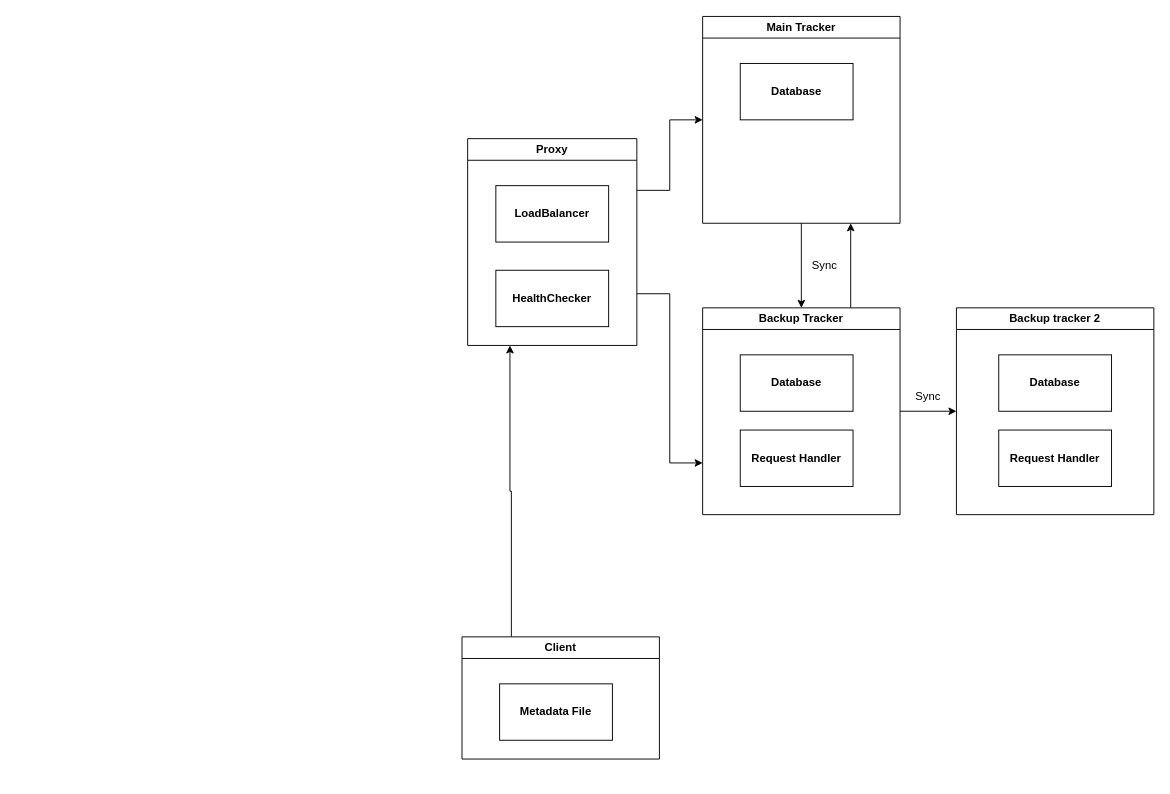
This is drawings/ComNet.drawio from NhanHoThanh/draw.io, a draw.io file, before an edit. Source tidied: cells renumbered, new cells numbered last; positions are measured from the earlier drawing's top-left corner, leaving out a move shared by most shapes. Both pictures are drawn from the tidied source at 94%, with x=0, y=0 at pixel (462, 16).
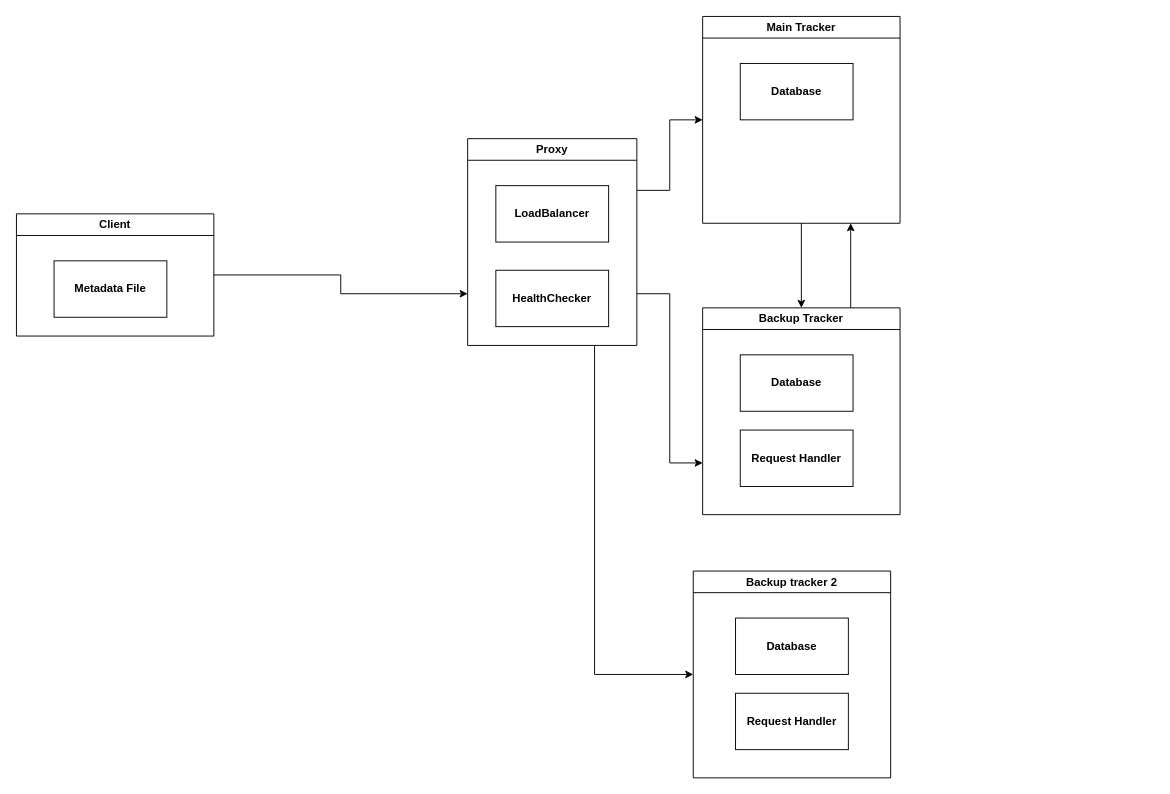
The same diagram, later.

Unchanged cells that the change refers to:
```xml
<mxCell id="7" value="Proxy" style="swimlane;whiteSpace=wrap;html=1;startSize=23;" parent="1" vertex="1">
  <mxGeometry x="6" y="130" width="180" height="220" as="geometry" />
</mxCell>
<mxCell id="12" value="Backup Tracker" style="swimlane;whiteSpace=wrap;html=1;startSize=23;" parent="1" vertex="1">
  <mxGeometry x="256" y="310" width="210" height="220" as="geometry" />
</mxCell>
```

Diff of the diagram source:
```diff
@@
+    <mxCell id="23" style="edgeStyle=orthogonalEdgeStyle;rounded=0;jettySize=auto;html=1;exitX=0.75;exitY=1;exitDx=0;exitDy=0;entryX=0;entryY=0.5;entryDx=0;entryDy=0;" parent="1" edge="1" source="7" target="15">
+      <mxGeometry relative="1" as="geometry" />
+    </mxCell>
@@
-    <mxCell id="11" style="edgeStyle=orthogonalEdgeStyle;rounded=0;jettySize=auto;html=1;exitX=1;exitY=0.5;exitDx=0;exitDy=0;entryX=0;entryY=0.5;entryDx=0;entryDy=0;" parent="1" edge="1" source="12" target="15">
-      <mxGeometry relative="1" as="geometry" />
-    </mxCell>
@@
     <mxCell id="15" value="Backup tracker 2" style="swimlane;whiteSpace=wrap;html=1;startSize=23;" parent="1" vertex="1">
-      <mxGeometry x="526" y="310" width="210" height="220" as="geometry" />
+      <mxGeometry x="246" y="590" width="210" height="220" as="geometry" />
     </mxCell>
@@
-    <mxCell id="18" value="Sync" style="text;html=1;align=center;verticalAlign=middle;whiteSpace=wrap;rounded=0;" parent="1" vertex="1">
-      <mxGeometry x="356" y="250" width="60" height="30" as="geometry" />
-    </mxCell>
-    <mxCell id="19" value="Sync" style="text;html=1;align=center;verticalAlign=middle;whiteSpace=wrap;rounded=0;" parent="1" vertex="1">
-      <mxGeometry x="466" y="390" width="60" height="30" as="geometry" />
-    </mxCell>
-    <mxCell id="20" style="edgeStyle=orthogonalEdgeStyle;rounded=0;jettySize=auto;html=1;exitX=0.25;exitY=0;exitDx=0;exitDy=0;entryX=0.25;entryY=1;entryDx=0;entryDy=0;" parent="1" edge="1" source="21" target="7">
+    <mxCell id="20" style="edgeStyle=orthogonalEdgeStyle;rounded=0;jettySize=auto;html=1;exitX=1;exitY=0.5;exitDx=0;exitDy=0;entryX=0;entryY=0.75;entryDx=0;entryDy=0;" parent="1" edge="1" source="21" target="7">
       <mxGeometry relative="1" as="geometry" />
     </mxCell>
     <mxCell id="21" value="Client" style="swimlane;whiteSpace=wrap;html=1;startSize=23;" parent="1" vertex="1">
-      <mxGeometry y="660" width="210" height="130" as="geometry" />
+      <mxGeometry x="-474" y="210" width="210" height="130" as="geometry" />
     </mxCell>
```
